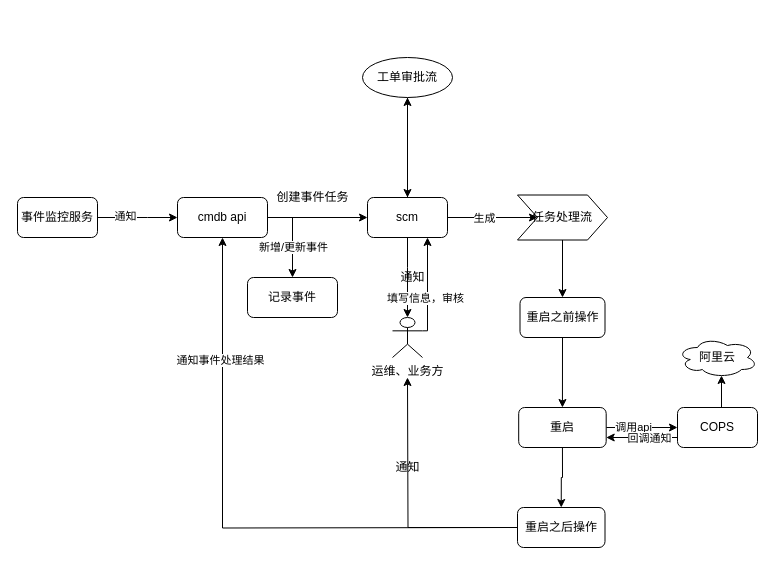
This is demo/Untitled Diagram.drawio from Makecodeeasy/diagrams, a draw.io file, before an edit. Source tidied: cells renumbered, new cells numbered last; positions are measured from the earlier drawing's top-left corner, leaving out a move shared by most shapes. Both pictures are drawn from the tidied source at 100%, with x=0, y=0 at pixel (17, 57).
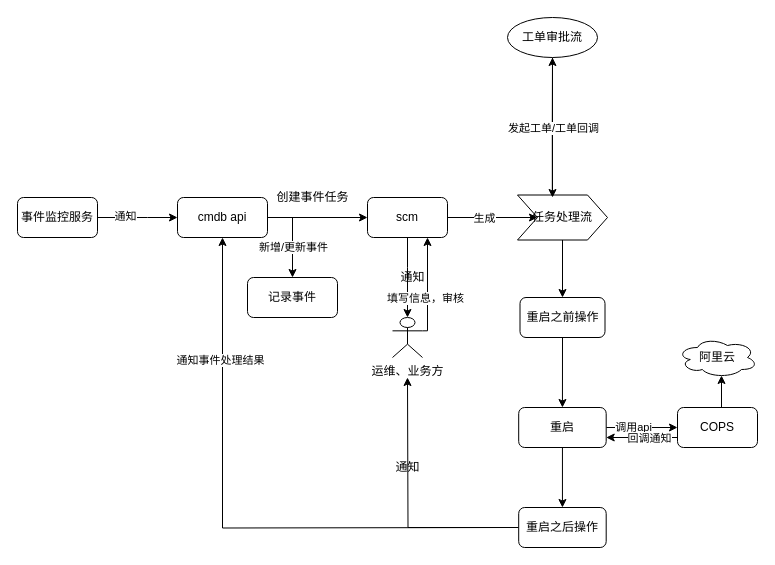
After the change.

Commit message:
云主机重启事件自动化

The change refers to these unchanged cells:
```xml
<mxCell id="14" value="scm" style="rounded=1;whiteSpace=wrap;html=1;" parent="1" vertex="1">
  <mxGeometry x="350" y="140" width="80" height="40" as="geometry" />
</mxCell>
<mxCell id="21" value="任务处理流" style="shape=step;perimeter=stepPerimeter;whiteSpace=wrap;html=1;fixedSize=1;" parent="1" vertex="1">
  <mxGeometry x="500" y="137.5" width="90" height="45" as="geometry" />
</mxCell>
<mxCell id="25" value="重启之前操作" style="rounded=1;whiteSpace=wrap;html=1;" parent="1" vertex="1">
  <mxGeometry x="502.5" y="240" width="85" height="40" as="geometry" />
</mxCell>
```

Diff of the diagram source:
```diff
@@
-    <mxCell id="11" style="edgeStyle=orthogonalEdgeStyle;rounded=0;jettySize=auto;html=1;exitX=0.5;exitY=0;exitDx=0;exitDy=0;entryX=0.5;entryY=1;entryDx=0;entryDy=0;" parent="1" edge="1" source="14" target="23">
+    <mxCell id="11" style="edgeStyle=orthogonalEdgeStyle;rounded=0;jettySize=auto;html=1;exitX=0.387;exitY=0.016;exitDx=0;exitDy=0;entryX=0.5;entryY=1;entryDx=0;entryDy=0;exitPerimeter=0;" parent="1" edge="1" source="21" target="23">
       <mxGeometry relative="1" as="geometry" />
     </mxCell>
@@
-    <mxCell id="20" style="edgeStyle=orthogonalEdgeStyle;rounded=0;jettySize=auto;html=1;exitX=0.5;exitY=1;exitDx=0;exitDy=0;entryX=0.5;entryY=0;entryDx=0;entryDy=0;" parent="1" edge="1" source="21" target="25">
+    <mxCell id="20" style="edgeStyle=orthogonalEdgeStyle;rounded=0;jettySize=auto;html=1;entryX=0.5;entryY=0;entryDx=0;entryDy=0;" parent="1" edge="1" source="21" target="25">
       <mxGeometry relative="1" as="geometry" />
     </mxCell>
@@
-    <mxCell id="22" style="edgeStyle=orthogonalEdgeStyle;rounded=0;jettySize=auto;html=1;entryX=0.5;entryY=0;entryDx=0;entryDy=0;" parent="1" edge="1" source="23" target="14">
-      <mxGeometry relative="1" as="geometry" />
+    <mxCell id="22" style="edgeStyle=orthogonalEdgeStyle;rounded=0;jettySize=auto;html=1;entryX=0.389;entryY=0.056;entryDx=0;entryDy=0;entryPerimeter=0;" parent="1" edge="1" source="23" target="21">
+      <mxGeometry relative="1" as="geometry">
+        <Array as="points">
+          <mxPoint x="535" y="70" />
+          <mxPoint x="535" y="70" />
+        </Array>
+      </mxGeometry>
     </mxCell>
+    <mxCell id="42" value="发起工单/工单回调" style="edgeLabel;html=1;align=center;verticalAlign=middle;" parent="22" vertex="1">
+      <mxGeometry x="0.85" y="1" relative="1" as="geometry">
+        <mxPoint x="-1" y="-59" as="offset" />
+      </mxGeometry>
+    </mxCell>
     <mxCell id="23" value="工单审批流" style="ellipse;whiteSpace=wrap;html=1;" parent="1" vertex="1">
-      <mxGeometry x="345" width="90" height="40" as="geometry" />
+      <mxGeometry x="490" y="-40" width="90" height="40" as="geometry" />
     </mxCell>
@@
     <mxCell id="35" value="重启之后操作" style="rounded=1;whiteSpace=wrap;html=1;" parent="1" vertex="1">
-      <mxGeometry x="500" y="450" width="87.5" height="40" as="geometry" />
+      <mxGeometry x="501.2" y="450" width="87.5" height="40" as="geometry" />
     </mxCell>
```
